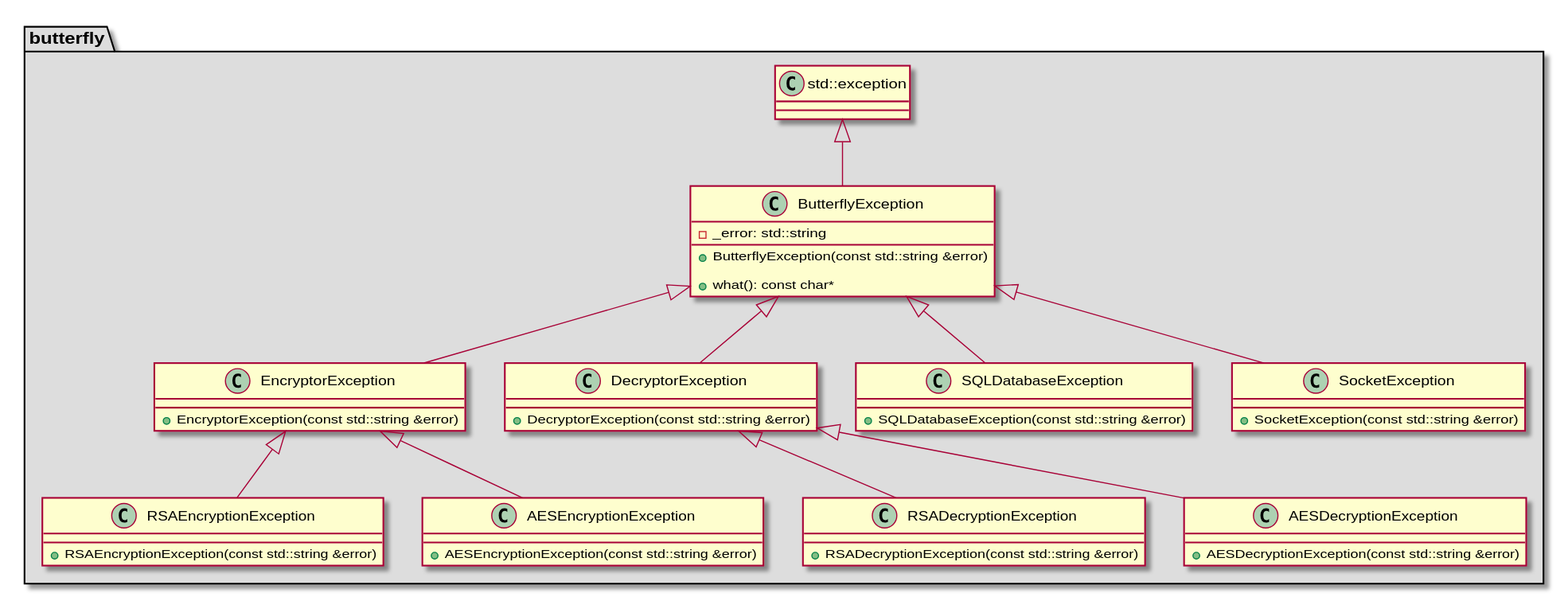
Before: architecture/class_diagrams/bflyExceptions.svg, a diagram exported from PlantUML (bierschi/butterfly).
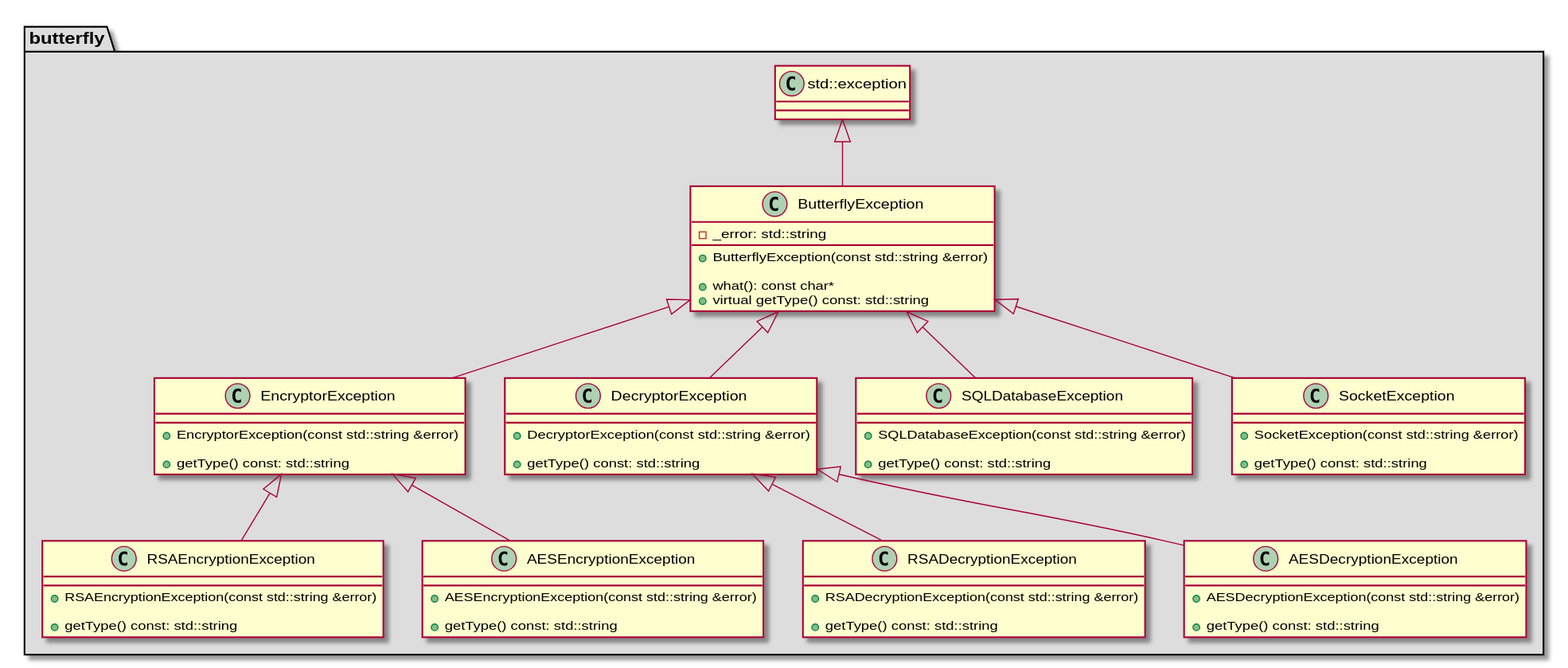
The same file after the commit.

Change to the diagram source:
```diff
@@ -10,66 +10,76 @@
 
 class ButterflyException
 {
-    -_error: std::string
-    +ButterflyException(const std::string &error)
+    - _error: std::string
 
-    +what(): const char*
+    + ButterflyException(const std::string &error)
+
+    + what(): const char*
+    + virtual getType() const: std::string
 }
 
 class RSAEncryptionException
 {
 
-    +RSAEncryptionException(const std::string &error)
+    + RSAEncryptionException(const std::string &error)
 
+    + getType() const: std::string
 }
 
 class RSADecryptionException
 {
 
-    +RSADecryptionException(const std::string &error)
+    + RSADecryptionException(const std::string &error)
 
+    + getType() const: std::string
 }
 
 class AESEncryptionException
 {
 
-    +AESEncryptionException(const std::string &error)
+    + AESEncryptionException(const std::string &error)
 
+    + getType() const: std::string
 }
 
 class AESDecryptionException
 {
 
-    +AESDecryptionException(const std::string &error)
+    + AESDecryptionException(const std::string &error)
 
+    + getType() const: std::string
 }
 
 class EncryptorException
 {
 
-    +EncryptorException(const std::string &error)
+    + EncryptorException(const std::string &error)
 
+    + getType() const: std::string
 }
 
 class DecryptorException
 {
 
-    +DecryptorException(const std::string &error)
+    + DecryptorException(const std::string &error)
 
+    + getType() const: std::string
 }
 
 class SQLDatabaseException
 {
 
-    +SQLDatabaseException(const std::string &error)
+    + SQLDatabaseException(const std::string &error)
 
+    + getType() const: std::string
 }
 
 class SocketException
 {
 
-    +SocketException(const std::string &error)
+    + SocketException(const std::string &error)
 
+    + getType() const: std::string
 }
 
 
```
